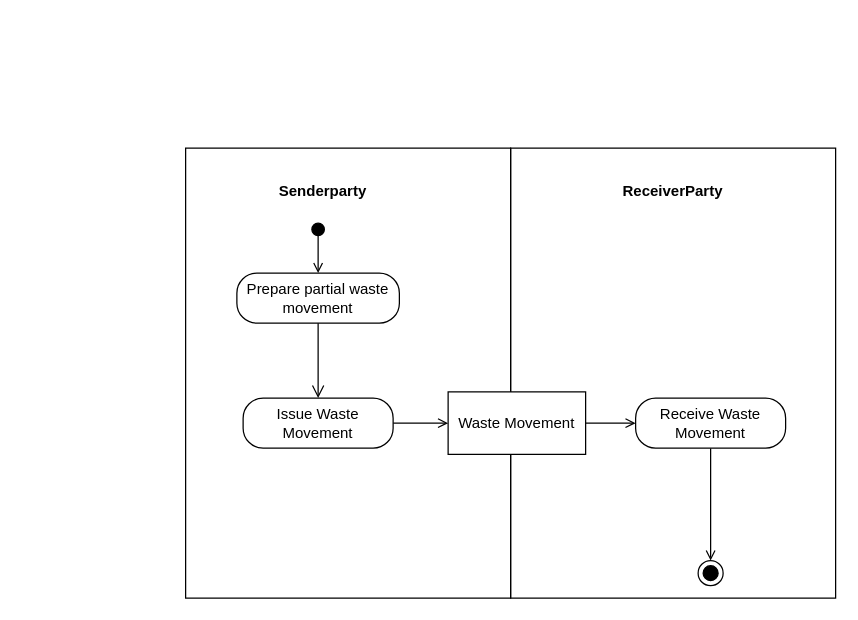
oasis-tcs/ubl keeps this draw.io diagram as images/UBL-2.5-WasteMovementProcess.drawio. Above is the earlier version. Source tidied: cells renumbered, new cells numbered last; positions are measured from the earlier drawing's top-left corner, leaving out a move shared by most shapes. Both pictures are drawn from the tidied source at 125%, with x=0, y=0 at pixel (185, 148).
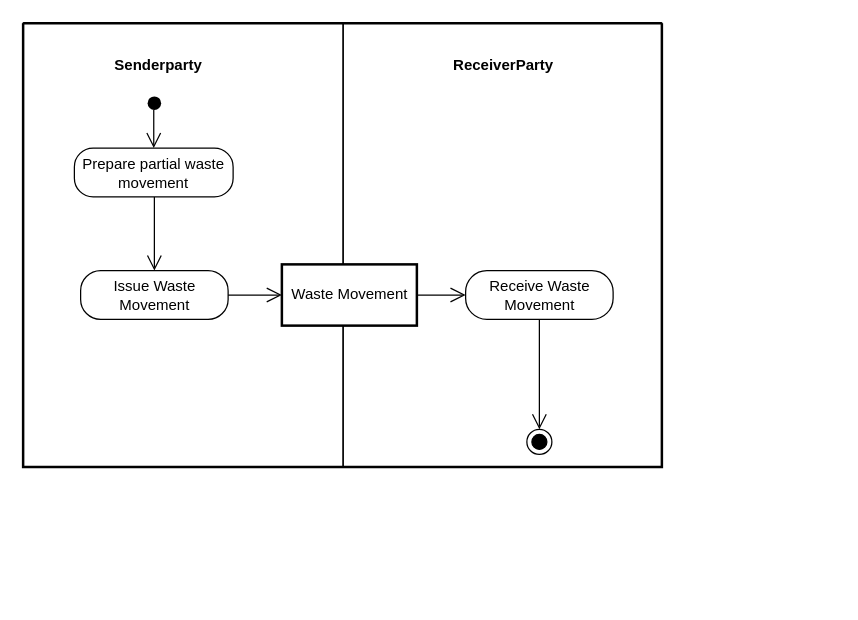
The same diagram, later.

Change to the diagram source:
```diff
@@
 <mxGraphModel>
   <root>
     <mxCell id="0" />
     <mxCell id="1" parent="0" />
-    <mxCell id="2" style="rounded=0;whiteSpace=wrap;html=1;" parent="1" vertex="1">
-      <mxGeometry x="260" width="260" height="360" as="geometry" />
-    </mxCell>
-    <mxCell id="3" style="rounded=0;whiteSpace=wrap;html=1;" parent="1" vertex="1">
-      <mxGeometry width="260" height="360" as="geometry" />
-    </mxCell>
+    <mxCell id="17" style="swimlane;html=1;startSize=0;whiteSpace=wrap;fillColor=none;strokeWidth=2;" parent="1" vertex="1">
+      <mxGeometry x="-130" y="-100" width="511" height="355" as="geometry" />
+    </mxCell>
-    <mxCell id="4" value="Senderparty" style="text;html=1;whiteSpace=wrap;strokeColor=none;fillColor=none;align=center;verticalAlign=middle;rounded=0;fontStyle=1;" parent="1" vertex="1">
-      <mxGeometry x="80" y="20" width="60" height="30" as="geometry" />
+    <mxCell id="4" value="Senderparty" style="swimlane;horizontal=1;startSize=67;swimlaneLine=0;html=1;fillColor=none;fontStyle=1;spacing=0;spacingRight=40;" parent="17" vertex="1">
+      <mxGeometry width="256" height="355" as="geometry" />
     </mxCell>
+    <mxCell id="18" style="ellipse;shape=startState;fillColor=#000000;strokeColor=none;html=1;" parent="4" vertex="1">
+      <mxGeometry x="96" y="55" width="18" height="18" as="geometry" />
+    </mxCell>
+    <mxCell id="8" value="Prepare partial waste&lt;br&gt;movement" style="rounded=1;absoluteArcSize=1;arcSize=30;html=1;whiteSpace=nowrap;fontStyle=0;align=center;verticalAlign=middle;spacing=0;spacingRight=1;" parent="4" vertex="1">
+      <mxGeometry x="41" y="100" width="127" height="39" as="geometry" />
+    </mxCell>
+    <mxCell id="11" value="Issue Waste&lt;br&gt;Movement" style="rounded=1;absoluteArcSize=1;arcSize=32;html=1;whiteSpace=nowrap;fontStyle=0;align=center;verticalAlign=middle;spacing=0;" parent="4" vertex="1">
+      <mxGeometry x="46" y="198" width="118" height="39" as="geometry" />
+    </mxCell>
+    <mxCell id="19" style="edgeStyle=none;rounded=0;html=1;endArrow=open;endFill=0;endSize=10;exitPerimeter=0;entryX=0.5;entryY=0;entryPerimeter=0;exitX=0.472222;exitY=0.7938;" parent="4" edge="1" source="18" target="8">
+      <mxGeometry relative="1" as="geometry" />
+    </mxCell>
+    <mxCell id="9" style="edgeStyle=none;rounded=0;html=1;endArrow=open;endFill=0;endSize=10;exitPerimeter=0;entryX=0.5;entryY=0;entryPerimeter=0;exitX=0.503937;exitY=1;" parent="4" edge="1" source="8" target="11">
+      <mxGeometry relative="1" as="geometry" />
+    </mxCell>
-    <mxCell id="5" value="ReceiverParty" style="text;html=1;whiteSpace=wrap;strokeColor=none;fillColor=none;align=center;verticalAlign=middle;rounded=0;fontStyle=1;" parent="1" vertex="1">
-      <mxGeometry x="360" y="20" width="60" height="30" as="geometry" />
+    <mxCell id="5" value="ReceiverParty" style="swimlane;horizontal=1;startSize=67;swimlaneLine=0;html=1;fillColor=none;fontStyle=1;spacing=0;" parent="17" vertex="1">
+      <mxGeometry x="256" width="255" height="355" as="geometry" />
     </mxCell>
-    <mxCell id="6" style="edgeStyle=orthogonalEdgeStyle;rounded=0;jettySize=auto;html=1;entryX=0.5;entryY=0;entryDx=0;entryDy=0;endArrow=open;endFill=0;" parent="1" edge="1" source="7" target="8">
-      <mxGeometry relative="1" as="geometry" />
-    </mxCell>
-    <mxCell id="7" style="ellipse;whiteSpace=wrap;html=1;fillStyle=solid;fillColor=#000000;" parent="1" vertex="1">
-      <mxGeometry x="101" y="60" width="10" height="10" as="geometry" />
-    </mxCell>
-    <mxCell id="8" value="Prepare partial waste movement" style="rounded=1;whiteSpace=wrap;html=1;arcSize=40;fontColor=#000000;fillColor=#FFFFFF;strokeColor=#000000;" parent="1" vertex="1">
-      <mxGeometry x="41" y="100" width="130" height="40" as="geometry" />
-    </mxCell>
-    <mxCell id="9" style="edgeStyle=orthogonalEdgeStyle;html=1;verticalAlign=bottom;endArrow=open;endSize=8;strokeColor=#000000;rounded=0;entryX=0.5;entryY=0;entryDx=0;entryDy=0;" parent="1" edge="1" source="8" target="11">
-      <mxGeometry relative="1" as="geometry" />
-    </mxCell>
+    <mxCell id="13" value="Waste Movement" style="rounded=0;html=1;whiteSpace=nowrap;fontStyle=0;align=center;verticalAlign=middle;spacing=0;spacingRight=1;spacingBottom=1;strokeWidth=2;" parent="5" vertex="1">
+      <mxGeometry x="-49" y="193" width="108" height="49" as="geometry" />
+    </mxCell>
+    <mxCell id="15" value="Receive Waste&lt;br&gt;Movement" style="rounded=1;absoluteArcSize=1;arcSize=34;html=1;whiteSpace=nowrap;fontStyle=0;align=center;verticalAlign=middle;spacing=0;" parent="5" vertex="1">
+      <mxGeometry x="98" y="198" width="118" height="39" as="geometry" />
+    </mxCell>
+    <mxCell id="20" style="ellipse;shape=endState;fillColor=#000000;html=1;" parent="5" vertex="1">
+      <mxGeometry x="147" y="325" width="20" height="20" as="geometry" />
+    </mxCell>
+    <mxCell id="12" style="edgeStyle=none;rounded=0;html=1;endArrow=open;endFill=0;endSize=10;exitX=1;exitY=0.5;exitPerimeter=0;entryX=0;entryY=0.5;entryPerimeter=0;" parent="5" edge="1" source="13" target="15">
+      <mxGeometry relative="1" as="geometry" />
+    </mxCell>
+    <mxCell id="21" style="edgeStyle=none;rounded=0;html=1;endArrow=open;endFill=0;endSize=10;exitX=0.5;exitY=1;exitPerimeter=0;entryPerimeter=0;entryX=0.5;entryY=0;" parent="5" edge="1" source="15" target="20">
+      <mxGeometry relative="1" as="geometry" />
+    </mxCell>
-    <mxCell id="10" style="edgeStyle=orthogonalEdgeStyle;rounded=0;jettySize=auto;html=1;endArrow=open;endFill=0;" parent="1" edge="1" source="11" target="13">
+    <mxCell id="10" style="edgeStyle=none;rounded=0;html=1;endArrow=open;endFill=0;endSize=10;exitX=1;exitY=0.5;exitPerimeter=0;entryX=0;entryY=0.5;entryPerimeter=0;" parent="17" edge="1" source="11" target="13">
       <mxGeometry relative="1" as="geometry" />
     </mxCell>
-    <mxCell id="11" value="Issue Waste Movement" style="rounded=1;whiteSpace=wrap;html=1;arcSize=40;fontColor=#000000;fillColor=#FFFFFF;strokeColor=#000000;" parent="1" vertex="1">
-      <mxGeometry x="46" y="200" width="120" height="40" as="geometry" />
-    </mxCell>
-    <mxCell id="12" style="edgeStyle=orthogonalEdgeStyle;rounded=0;jettySize=auto;html=1;entryX=0;entryY=0.5;entryDx=0;entryDy=0;endArrow=open;endFill=0;" parent="1" edge="1" source="13" target="15">
-      <mxGeometry relative="1" as="geometry" />
-    </mxCell>
-    <mxCell id="13" value="Waste Movement" style="html=1;whiteSpace=wrap;" parent="1" vertex="1">
-      <mxGeometry x="210" y="195" width="110" height="50" as="geometry" />
-    </mxCell>
-    <mxCell id="14" style="edgeStyle=orthogonalEdgeStyle;rounded=0;jettySize=auto;html=1;entryX=0.5;entryY=0;entryDx=0;entryDy=0;endArrow=open;endFill=0;" parent="1" edge="1" source="15" target="16">
-      <mxGeometry relative="1" as="geometry" />
-    </mxCell>
-    <mxCell id="15" value="Receive Waste Movement" style="rounded=1;whiteSpace=wrap;html=1;arcSize=40;fontColor=#000000;fillColor=#FFFFFF;strokeColor=#000000;" parent="1" vertex="1">
-      <mxGeometry x="360" y="200" width="120" height="40" as="geometry" />
-    </mxCell>
-    <mxCell id="16" style="ellipse;html=1;shape=endState;fillColor=#000000;strokeColor=#000000;" parent="1" vertex="1">
-      <mxGeometry x="410" y="330" width="20" height="20" as="geometry" />
-    </mxCell>
   </root>
 </mxGraphModel>
```
